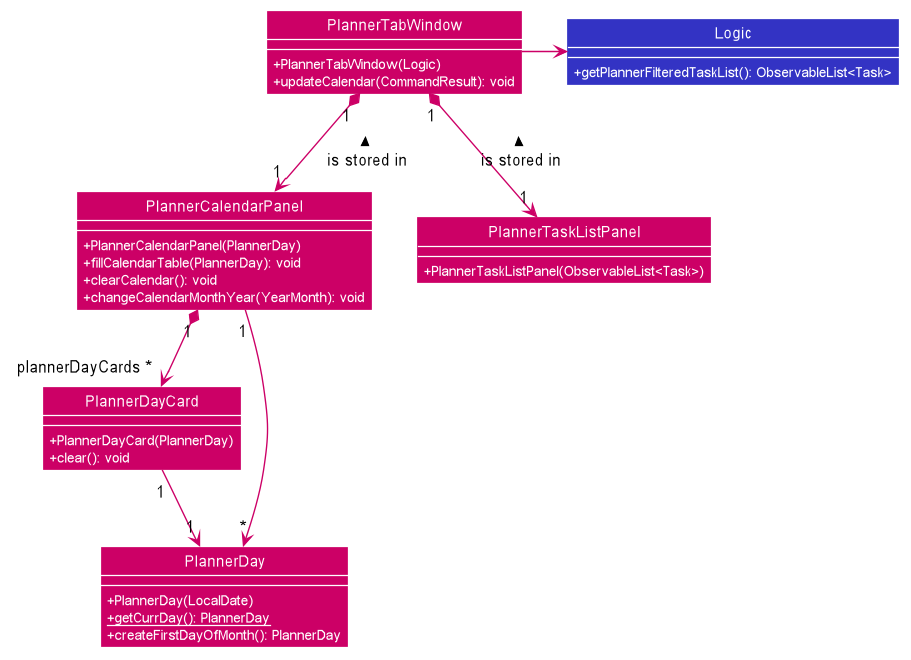
This is docs/images/PlannerClassDiagram.png from yingqi0607/tp, a PlantUML export, as it was before one commit.
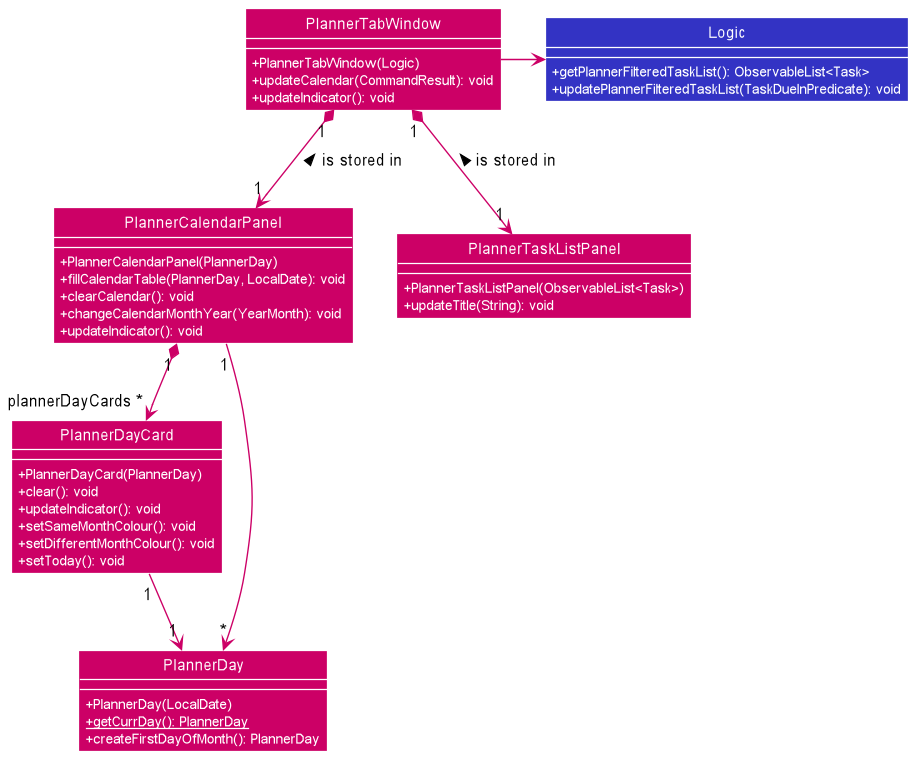
Later version of the same file.

Commit message:
Update DG for Planner tab

Diff of the diagram source:
```diff
@@ -1,77 +1,37 @@
 @startuml
-
-
-
-
-
-
-
-
-
-skinparam BackgroundColor #FFFFFFF
-
-skinparam Shadowing false
-
-skinparam Class {
-    FontColor #FFFFFF
-    BorderThickness 1
-    BorderColor #FFFFFF
-    StereotypeFontColor #FFFFFF
-    FontName Arial
-}
-
-skinparam Actor {
-    BorderColor #000000
-    Color #000000
-    FontName Arial
-}
-
-skinparam Sequence {
-    MessageAlign center
-    BoxFontSize 15
-    BoxPadding 0
-    BoxFontColor #FFFFFF
-    FontName Arial
-}
-
-skinparam Participant {
-    FontColor #FFFFFFF
-    Padding 20
-}
-
-skinparam MinClassWidth 50
-skinparam ParticipantPadding 10
-skinparam Shadowing false
-skinparam DefaultTextAlignment center
-skinparam packageStyle Rectangle
-
-hide footbox
-hide circle
+!include style.puml
 skinparam arrowThickness 1.1
-skinparam arrowColor #CC0066
-skinparam classBackgroundColor #CC0066
+skinparam arrowColor PLANNER_COLOR
+skinparam classBackgroundColor PLANNER_COLOR
 skinparam ClassAttributeFontColor #FFFFFF
 skinparam classAttributeIconSize 0
 
-class Logic #3333C4 {
+class Logic LOGIC_COLOR {
     +getPlannerFilteredTaskList(): ObservableList<Task>
+    +updatePlannerFilteredTaskList(TaskDueInPredicate): void
 }
 
 class PlannerTabWindow {
     +PlannerTabWindow(Logic)
     +updateCalendar(CommandResult): void
+    +updateIndicator(): void
 }
 
 class PlannerCalendarPanel {
     +PlannerCalendarPanel(PlannerDay)
-    +fillCalendarTable(PlannerDay): void
+    +fillCalendarTable(PlannerDay, LocalDate): void
     +clearCalendar(): void
     +changeCalendarMonthYear(YearMonth): void
+    +updateIndicator(): void
 }
 
 class PlannerDayCard {
     +PlannerDayCard(PlannerDay)
     +clear(): void
+    +updateIndicator(): void
+    +setSameMonthColour(): void
+    +setDifferentMonthColour(): void
+    +setToday(): void
 }
 
 class PlannerDay {
@@ -82,6 +42,7 @@
 
 class PlannerTaskListPanel {
     +PlannerTaskListPanel(ObservableList<Task>)
+    +updateTitle(String): void
 }
 
 PlannerTabWindow -right-> Logic
```
